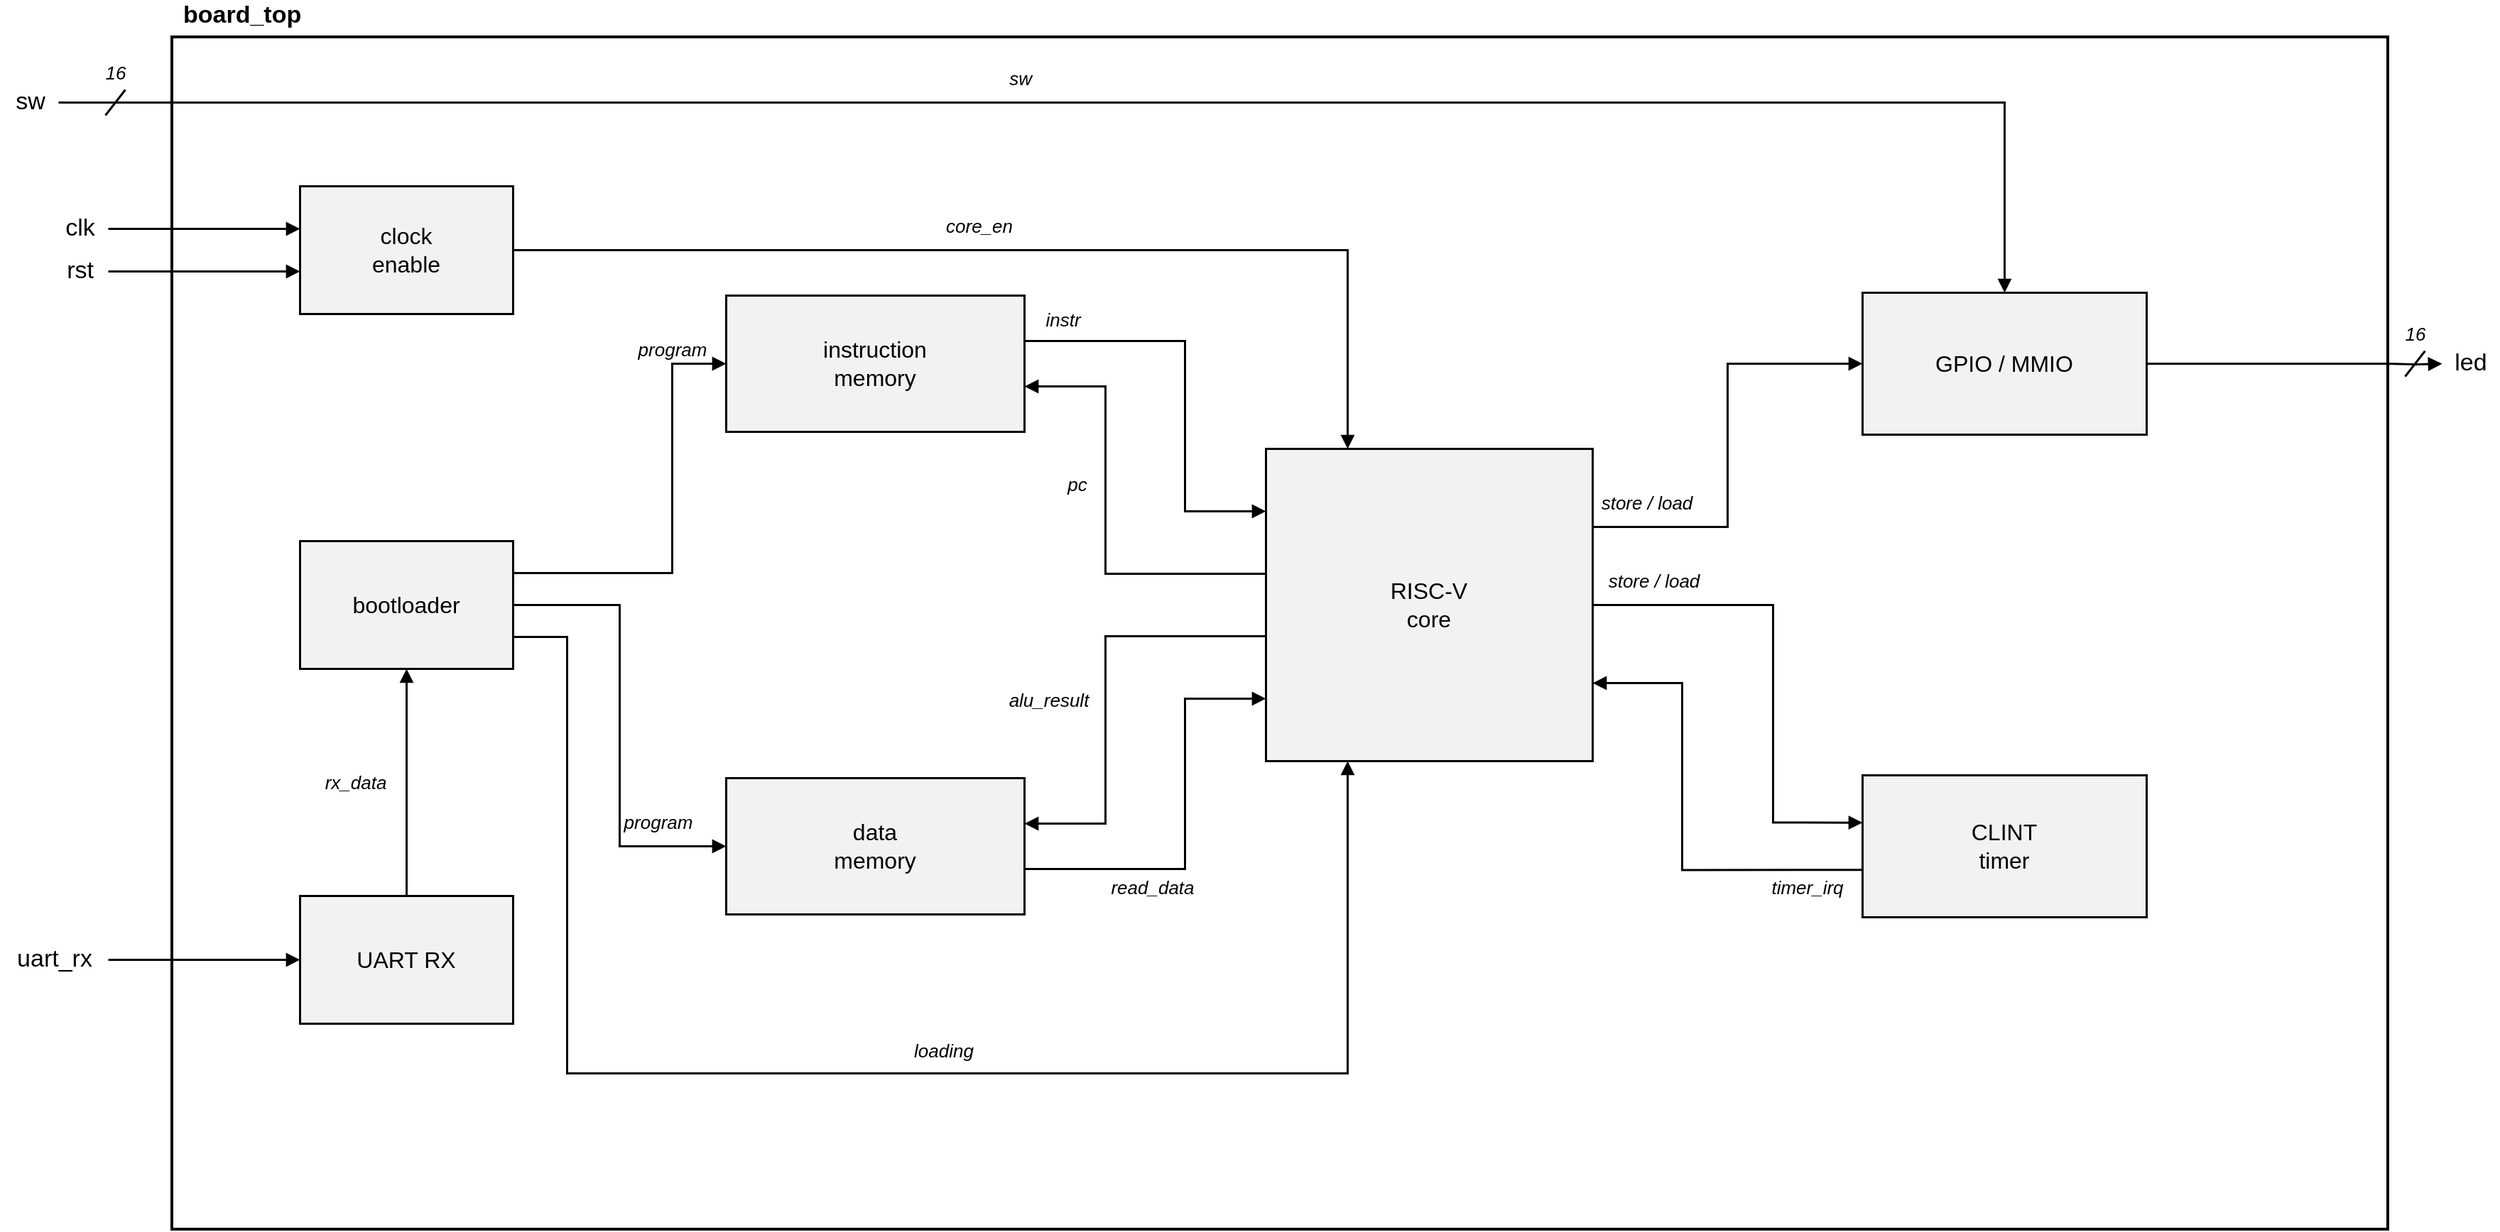
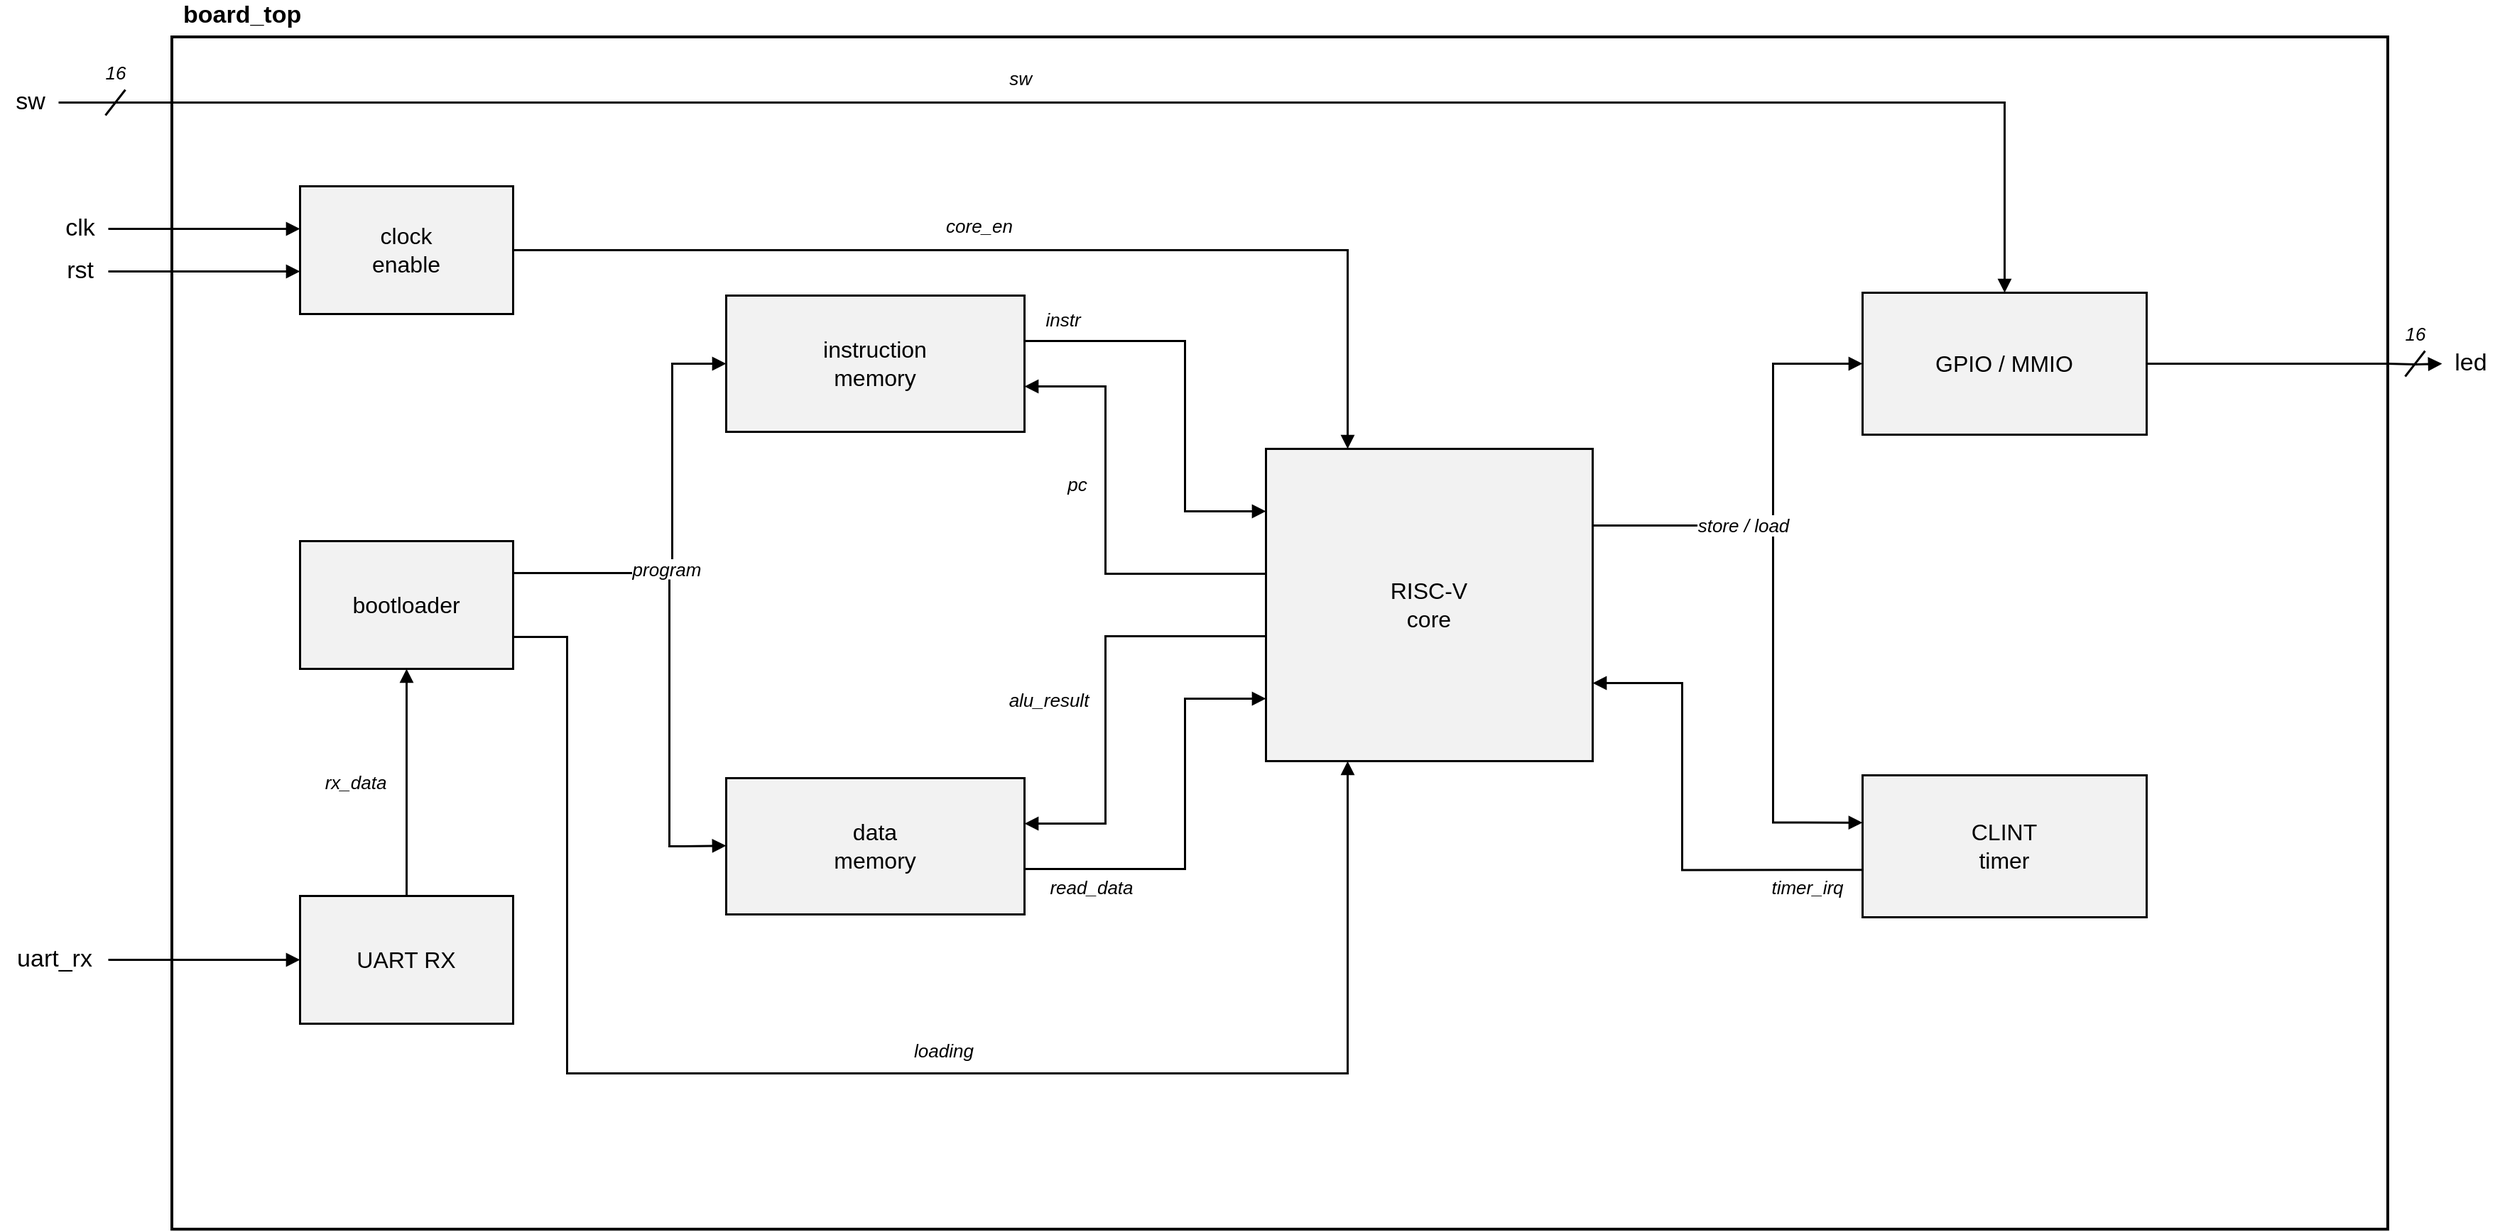
<mxfile host="65bd71144e" scale="2" border="10">
    <diagram name="board_top" id="board_top">
-         <mxGraphModel dx="1833" dy="837" grid="0" gridSize="10" guides="1" tooltips="1" connect="1" arrows="1" fold="1" page="1" pageScale="1" pageWidth="1880" pageHeight="1040" background="#ffffff" math="0" shadow="0">
+         <mxGraphModel dx="3333" dy="1522" grid="0" gridSize="10" guides="1" tooltips="1" connect="1" arrows="1" fold="1" page="1" pageScale="1" pageWidth="1880" pageHeight="1040" background="#ffffff" math="0" shadow="0">
            <root>
                <mxCell id="0"/>
                <mxCell id="1" parent="0"/>
                <mxCell id="outer" value="" style="rounded=0;whiteSpace=wrap;html=1;fillColor=none;strokeColor=#000000;strokeWidth=2;" parent="1" vertex="1">
                    <mxGeometry x="150" y="90" width="1560" height="840" as="geometry"/>
                </mxCell>
                <mxCell id="outer-lbl" value="board_top" style="text;html=1;align=left;verticalAlign=middle;fontStyle=1;fontSize=17;fillColor=none;strokeColor=none;" parent="1" vertex="1">
                    <mxGeometry x="156" y="64" width="160" height="22" as="geometry"/>
                </mxCell>
                <mxCell id="clken" value="clock&#xa;enable" style="rounded=0;whiteSpace=wrap;html=1;fillColor=#f2f2f2;strokeColor=#000000;strokeWidth=1.5;align=center;verticalAlign=middle;fontSize=16;" parent="1" vertex="1">
                    <mxGeometry x="240" y="195" width="150" height="90" as="geometry"/>
                </mxCell>
                <mxCell id="boot" value="bootloader" style="rounded=0;whiteSpace=wrap;html=1;fillColor=#f2f2f2;strokeColor=#000000;strokeWidth=1.5;align=center;verticalAlign=middle;fontSize=16;" parent="1" vertex="1">
                    <mxGeometry x="240" y="445" width="150" height="90" as="geometry"/>
                </mxCell>
                <mxCell id="uart" value="UART RX" style="rounded=0;whiteSpace=wrap;html=1;fillColor=#f2f2f2;strokeColor=#000000;strokeWidth=1.5;align=center;verticalAlign=middle;fontSize=16;" parent="1" vertex="1">
                    <mxGeometry x="240" y="695" width="150" height="90" as="geometry"/>
                </mxCell>
                <mxCell id="imem" value="instruction&#xa;memory" style="rounded=0;whiteSpace=wrap;html=1;fillColor=#f2f2f2;strokeColor=#000000;strokeWidth=1.5;align=center;verticalAlign=middle;fontSize=16;" parent="1" vertex="1">
                    <mxGeometry x="540" y="272" width="210" height="96" as="geometry"/>
                </mxCell>
                <mxCell id="dmem" value="data&#xa;memory" style="rounded=0;whiteSpace=wrap;html=1;fillColor=#f2f2f2;strokeColor=#000000;strokeWidth=1.5;align=center;verticalAlign=middle;fontSize=16;" parent="1" vertex="1">
                    <mxGeometry x="540" y="612" width="210" height="96" as="geometry"/>
                </mxCell>
                <mxCell id="core" value="RISC-V&#xa;core" style="rounded=0;whiteSpace=wrap;html=1;fillColor=#f2f2f2;strokeColor=#000000;strokeWidth=1.5;align=center;verticalAlign=middle;fontSize=16;" parent="1" vertex="1">
                    <mxGeometry x="920" y="380" width="230" height="220" as="geometry"/>
                </mxCell>
                <mxCell id="gpio" value="GPIO / MMIO" style="rounded=0;whiteSpace=wrap;html=1;fillColor=#f2f2f2;strokeColor=#000000;strokeWidth=1.5;align=center;verticalAlign=middle;fontSize=16;" parent="1" vertex="1">
                    <mxGeometry x="1340" y="270" width="200" height="100" as="geometry"/>
                </mxCell>
                <mxCell id="clint" value="CLINT&#xa;timer" style="rounded=0;whiteSpace=wrap;html=1;fillColor=#f2f2f2;strokeColor=#000000;strokeWidth=1.5;align=center;verticalAlign=middle;fontSize=16;" parent="1" vertex="1">
                    <mxGeometry x="1340" y="610" width="200" height="100" as="geometry"/>
                </mxCell>
                <mxCell id="io-sw" value="sw" style="text;html=1;align=center;verticalAlign=middle;fontSize=17;fillColor=none;strokeColor=none;" parent="1" vertex="1">
                    <mxGeometry x="30" y="125" width="40" height="22" as="geometry"/>
                </mxCell>
                <mxCell id="io-clk" value="clk" style="text;html=1;align=center;verticalAlign=middle;fontSize=17;fillColor=none;strokeColor=none;" parent="1" vertex="1">
                    <mxGeometry x="65" y="214" width="40" height="22" as="geometry"/>
                </mxCell>
                <mxCell id="io-rst" value="rst" style="text;html=1;align=center;verticalAlign=middle;fontSize=17;fillColor=none;strokeColor=none;" parent="1" vertex="1">
                    <mxGeometry x="65" y="244" width="40" height="22" as="geometry"/>
                </mxCell>
                <mxCell id="io-uartrx" value="uart_rx" style="text;html=1;align=center;verticalAlign=middle;fontSize=17;fillColor=none;strokeColor=none;" parent="1" vertex="1">
                    <mxGeometry x="29" y="729" width="76" height="22" as="geometry"/>
                </mxCell>
                <mxCell id="io-led" value="led" style="text;html=1;align=center;verticalAlign=middle;fontSize=17;fillColor=none;strokeColor=none;" parent="1" vertex="1">
                    <mxGeometry x="1748" y="309" width="40" height="22" as="geometry"/>
                </mxCell>
                <mxCell id="e-clk" style="edgeStyle=orthogonalEdgeStyle;rounded=0;html=1;strokeColor=#000000;strokeWidth=1.5;endArrow=block;endFill=1;exitX=1;exitY=0.5;entryX=0;entryY=0.3333;" parent="1" source="io-clk" target="clken" edge="1">
                    <mxGeometry relative="1" as="geometry"/>
                </mxCell>
                <mxCell id="e-rst" style="edgeStyle=orthogonalEdgeStyle;rounded=0;html=1;strokeColor=#000000;strokeWidth=1.5;endArrow=block;endFill=1;exitX=1;exitY=0.5;entryX=0;entryY=0.6667;" parent="1" source="io-rst" target="clken" edge="1">
                    <mxGeometry relative="1" as="geometry"/>
                </mxCell>
                <mxCell id="e-uartrx" style="edgeStyle=orthogonalEdgeStyle;rounded=0;html=1;strokeColor=#000000;strokeWidth=1.5;endArrow=block;endFill=1;exitX=1;exitY=0.5;entryX=0;entryY=0.5;" parent="1" source="io-uartrx" target="uart" edge="1">
                    <mxGeometry relative="1" as="geometry"/>
                </mxCell>
                <mxCell id="e-sw" value="sw" style="edgeStyle=orthogonalEdgeStyle;rounded=0;html=1;strokeColor=#000000;strokeWidth=1.5;endArrow=block;endFill=1;labelBackgroundColor=#ffffff;fontStyle=2;fontSize=13;exitX=1;exitY=0.5;entryX=0.5;entryY=0;" parent="1" source="io-sw" target="gpio" edge="1">
                    <mxGeometry x="-0.1" relative="1" as="geometry">
                        <mxPoint y="-17" as="offset"/>
                        <Array as="points">
                            <mxPoint x="1440" y="136"/>
                        </Array>
                    </mxGeometry>
                </mxCell>
                <mxCell id="e-rxdata" value="rx_data" style="edgeStyle=orthogonalEdgeStyle;rounded=0;html=1;strokeColor=#000000;strokeWidth=1.5;endArrow=block;endFill=1;labelBackgroundColor=#ffffff;fontStyle=2;fontSize=13;exitX=0.5;exitY=0;entryX=0.5;entryY=1;" parent="1" source="uart" target="boot" edge="1">
                    <mxGeometry relative="1" as="geometry">
                        <mxPoint x="-36" as="offset"/>
                    </mxGeometry>
                </mxCell>
                <mxCell id="e-prog-imem" value="program" style="edgeStyle=orthogonalEdgeStyle;rounded=0;html=1;strokeColor=#000000;strokeWidth=1.5;endArrow=block;endFill=1;labelBackgroundColor=#ffffff;fontStyle=2;fontSize=13;exitX=1;exitY=0.25;entryX=0;entryY=0.5;" parent="1" source="boot" target="imem" edge="1">
-                     <mxGeometry x="0.7" relative="1" as="geometry">
-                         <mxPoint y="-17" as="offset"/>
+                     <mxGeometry x="-0.274" y="3" relative="1" as="geometry">
+                         <mxPoint as="offset"/>
                        <Array as="points">
                            <mxPoint x="502" y="467"/>
                            <mxPoint x="502" y="320"/>
-                         </Array>
-                     </mxGeometry>
-                 </mxCell>
-                 <mxCell id="e-prog-dmem" value="program" style="edgeStyle=orthogonalEdgeStyle;rounded=0;html=1;strokeColor=#000000;strokeWidth=1.5;endArrow=block;endFill=1;labelBackgroundColor=#ffffff;fontStyle=2;fontSize=13;exitX=1;exitY=0.5;entryX=0;entryY=0.5;" parent="1" source="boot" target="dmem" edge="1">
-                     <mxGeometry x="0.7" relative="1" as="geometry">
-                         <mxPoint y="-17" as="offset"/>
-                         <Array as="points">
-                             <mxPoint x="465" y="490"/>
-                             <mxPoint x="465" y="660"/>
                        </Array>
                    </mxGeometry>
                </mxCell>
                <mxCell id="e-loading" value="loading" style="edgeStyle=orthogonalEdgeStyle;rounded=0;html=1;strokeColor=#000000;strokeWidth=1.5;endArrow=block;endFill=1;labelBackgroundColor=#ffffff;fontStyle=2;fontSize=13;exitX=1;exitY=0.75;entryX=0.25;entryY=1;" parent="1" source="boot" target="core" edge="1">
                    <mxGeometry x="0.0951" y="16" relative="1" as="geometry">
                        <mxPoint as="offset"/>
                        <Array as="points">
                            <mxPoint x="428" y="512"/>
                            <mxPoint x="428" y="820"/>
                            <mxPoint x="977" y="820"/>
                        </Array>
                    </mxGeometry>
                </mxCell>
                <mxCell id="e-coreen" value="core_en" style="edgeStyle=orthogonalEdgeStyle;rounded=0;html=1;strokeColor=#000000;strokeWidth=1.5;endArrow=block;endFill=1;labelBackgroundColor=#ffffff;fontStyle=2;fontSize=13;exitX=1;exitY=0.5;entryX=0.25;entryY=0;" parent="1" source="clken" target="core" edge="1">
                    <mxGeometry x="-0.1" relative="1" as="geometry">
                        <mxPoint y="-17" as="offset"/>
                        <Array as="points">
                            <mxPoint x="977" y="240"/>
                        </Array>
                    </mxGeometry>
                </mxCell>
                <mxCell id="e-instr" value="instr" style="edgeStyle=orthogonalEdgeStyle;rounded=0;html=1;strokeColor=#000000;strokeWidth=1.5;endArrow=block;endFill=1;labelBackgroundColor=#ffffff;fontStyle=2;fontSize=13;exitX=1;exitY=0.3333;entryX=0;entryY=0.2;" parent="1" source="imem" target="core" edge="1">
                    <mxGeometry x="-0.8138" y="15" relative="1" as="geometry">
                        <mxPoint as="offset"/>
                        <Array as="points">
                            <mxPoint x="863" y="304"/>
                            <mxPoint x="863" y="424"/>
                        </Array>
                    </mxGeometry>
                </mxCell>
                <mxCell id="e-pc" value="pc" style="edgeStyle=orthogonalEdgeStyle;rounded=0;html=1;strokeColor=#000000;strokeWidth=1.5;endArrow=block;endFill=1;labelBackgroundColor=#ffffff;fontStyle=2;fontSize=13;exitX=0;exitY=0.4;entryX=1;entryY=0.6667;" parent="1" source="core" target="imem" edge="1">
                    <mxGeometry x="0.1656" y="20" relative="1" as="geometry">
                        <mxPoint as="offset"/>
                        <Array as="points">
                            <mxPoint x="807" y="468"/>
                            <mxPoint x="807" y="336"/>
                        </Array>
                    </mxGeometry>
                </mxCell>
                <mxCell id="e-alu" value="alu_result" style="edgeStyle=orthogonalEdgeStyle;rounded=0;html=1;strokeColor=#000000;strokeWidth=1.5;endArrow=block;endFill=1;labelBackgroundColor=#ffffff;fontStyle=2;fontSize=13;exitX=0;exitY=0.6;entryX=1;entryY=0.3333;" parent="1" source="core" target="dmem" edge="1">
                    <mxGeometry x="0.0464" y="-40" relative="1" as="geometry">
                        <mxPoint as="offset"/>
                        <Array as="points">
                            <mxPoint x="807" y="512"/>
                            <mxPoint x="807" y="644"/>
                        </Array>
                    </mxGeometry>
                </mxCell>
                <mxCell id="e-rdata" value="read_data" style="edgeStyle=orthogonalEdgeStyle;rounded=0;html=1;strokeColor=#000000;strokeWidth=1.5;endArrow=block;endFill=1;labelBackgroundColor=#ffffff;fontStyle=2;fontSize=13;exitX=1;exitY=0.6667;entryX=0;entryY=0.8;" parent="1" source="dmem" target="core" edge="1">
-                     <mxGeometry x="-0.3793" y="-13" relative="1" as="geometry">
+                     <mxGeometry x="-0.6759" y="-13" relative="1" as="geometry">
                        <mxPoint as="offset"/>
                        <Array as="points">
                            <mxPoint x="863" y="676"/>
                            <mxPoint x="863" y="556"/>
                        </Array>
                    </mxGeometry>
                </mxCell>
-                 <mxCell id="e-mmio" value="store / load" style="edgeStyle=orthogonalEdgeStyle;rounded=0;html=1;strokeColor=#000000;strokeWidth=1.5;endArrow=block;endFill=1;labelBackgroundColor=#ffffff;fontStyle=2;fontSize=13;exitX=1;exitY=0.25;entryX=0;entryY=0.5;" parent="1" source="core" target="gpio" edge="1">
-                     <mxGeometry x="-0.75" relative="1" as="geometry">
-                         <mxPoint y="-17" as="offset"/>
-                         <Array as="points">
-                             <mxPoint x="1245" y="435"/>
-                             <mxPoint x="1245" y="320"/>
-                         </Array>
-                     </mxGeometry>
-                 </mxCell>
-                 <mxCell id="e-clint-bus" value="store / load" style="edgeStyle=orthogonalEdgeStyle;rounded=0;html=1;strokeColor=#000000;strokeWidth=1.5;endArrow=block;endFill=1;labelBackgroundColor=#ffffff;fontStyle=2;fontSize=13;exitX=1;exitY=0.5;entryX=0;entryY=0.3333;" parent="1" source="core" target="clint" edge="1">
-                     <mxGeometry x="-0.75" relative="1" as="geometry">
-                         <mxPoint y="-17" as="offset"/>
-                         <Array as="points">
-                             <mxPoint x="1277" y="490"/>
+                 <mxCell id="e-mmio" value="" style="edgeStyle=orthogonalEdgeStyle;rounded=0;html=1;strokeColor=#000000;strokeWidth=1.5;endArrow=block;endFill=1;labelBackgroundColor=#ffffff;fontStyle=2;fontSize=13;entryX=0;entryY=0.5;" parent="1" target="gpio" edge="1">
+                     <mxGeometry x="-0.8451" y="-53" relative="1" as="geometry">
+                         <mxPoint as="offset"/>
+                         <Array as="points">
+                             <mxPoint x="1277" y="320"/>
+                         </Array>
+                         <mxPoint x="1277" y="490" as="sourcePoint"/>
+                     </mxGeometry>
+                 </mxCell>
+                 <mxCell id="e-clint-bus" value="store / load" style="edgeStyle=orthogonalEdgeStyle;rounded=0;html=1;strokeColor=#000000;strokeWidth=1.5;endArrow=block;endFill=1;labelBackgroundColor=#ffffff;fontStyle=2;fontSize=13;exitX=1;exitY=0.25;entryX=0;entryY=0.3333;exitDx=0;exitDy=0;" parent="1" source="core" target="clint" edge="1">
+                     <mxGeometry x="-0.4654" relative="1" as="geometry">
+                         <mxPoint as="offset"/>
+                         <Array as="points">
+                             <mxPoint x="1277" y="434"/>
                            <mxPoint x="1277" y="643"/>
                        </Array>
                    </mxGeometry>
                </mxCell>
                <mxCell id="e-timerirq" value="timer_irq" style="edgeStyle=orthogonalEdgeStyle;rounded=0;html=1;strokeColor=#000000;strokeWidth=1.5;endArrow=block;endFill=1;labelBackgroundColor=#ffffff;fontStyle=2;fontSize=13;exitX=0;exitY=0.6667;entryX=1;entryY=0.75;" parent="1" source="clint" target="core" edge="1">
                    <mxGeometry x="-0.7575" y="12" relative="1" as="geometry">
                        <mxPoint as="offset"/>
                        <Array as="points">
                            <mxPoint x="1213" y="677"/>
                            <mxPoint x="1213" y="545"/>
                        </Array>
                    </mxGeometry>
                </mxCell>
                <mxCell id="e-led-int" style="edgeStyle=orthogonalEdgeStyle;rounded=0;html=1;strokeColor=#000000;strokeWidth=1.5;endArrow=none;exitX=1;exitY=0.5;" parent="1" source="gpio" edge="1">
                    <mxGeometry relative="1" as="geometry">
                        <mxPoint x="1710" y="320" as="targetPoint"/>
                    </mxGeometry>
                </mxCell>
                <mxCell id="e-led-ext" style="edgeStyle=orthogonalEdgeStyle;rounded=0;html=1;strokeColor=#000000;strokeWidth=1.5;endArrow=block;endFill=1;entryX=0;entryY=0.5;" parent="1" target="io-led" edge="1">
                    <mxGeometry relative="1" as="geometry">
                        <mxPoint x="1710" y="320" as="sourcePoint"/>
                        <mxPoint x="1748" y="320" as="targetPoint"/>
                    </mxGeometry>
                </mxCell>
                <mxCell id="bus-led" style="endArrow=none;startArrow=none;html=1;strokeColor=#000000;strokeWidth=1.5;" parent="1" edge="1">
                    <mxGeometry relative="1" as="geometry">
                        <mxPoint x="1722" y="329" as="sourcePoint"/>
                        <mxPoint x="1736" y="311" as="targetPoint"/>
                    </mxGeometry>
                </mxCell>
                <mxCell id="busw-led" value="16" style="text;html=1;align=center;fontStyle=2;fontSize=13;fillColor=none;strokeColor=none;" parent="1" vertex="1">
                    <mxGeometry x="1699" y="285" width="60" height="18" as="geometry"/>
                </mxCell>
                <mxCell id="bus-sw" style="endArrow=none;startArrow=none;html=1;strokeColor=#000000;strokeWidth=1.5;" parent="1" edge="1">
                    <mxGeometry relative="1" as="geometry">
                        <mxPoint x="103" y="145" as="sourcePoint"/>
                        <mxPoint x="117" y="127" as="targetPoint"/>
                    </mxGeometry>
                </mxCell>
                <mxCell id="busw-sw" value="16" style="text;html=1;align=center;fontStyle=2;fontSize=13;fillColor=none;strokeColor=none;" parent="1" vertex="1">
                    <mxGeometry x="80" y="101" width="60" height="18" as="geometry"/>
+                 </mxCell>
+                 <mxCell id="3" style="edgeStyle=orthogonalEdgeStyle;rounded=0;html=1;strokeColor=#000000;strokeWidth=1.5;endArrow=block;endFill=1;entryX=0;entryY=0.5;verticalAlign=middle;horizontal=1;flowAnimation=0;" edge="1" parent="1">
+                     <mxGeometry relative="1" as="geometry">
+                         <mxPoint x="500" y="472" as="sourcePoint"/>
+                         <mxPoint x="540" y="659.58" as="targetPoint"/>
+                         <Array as="points">
+                             <mxPoint x="500" y="660"/>
+                             <mxPoint x="510" y="660"/>
+                         </Array>
+                     </mxGeometry>
                </mxCell>
            </root>
        </mxGraphModel>
    </diagram>
</mxfile>